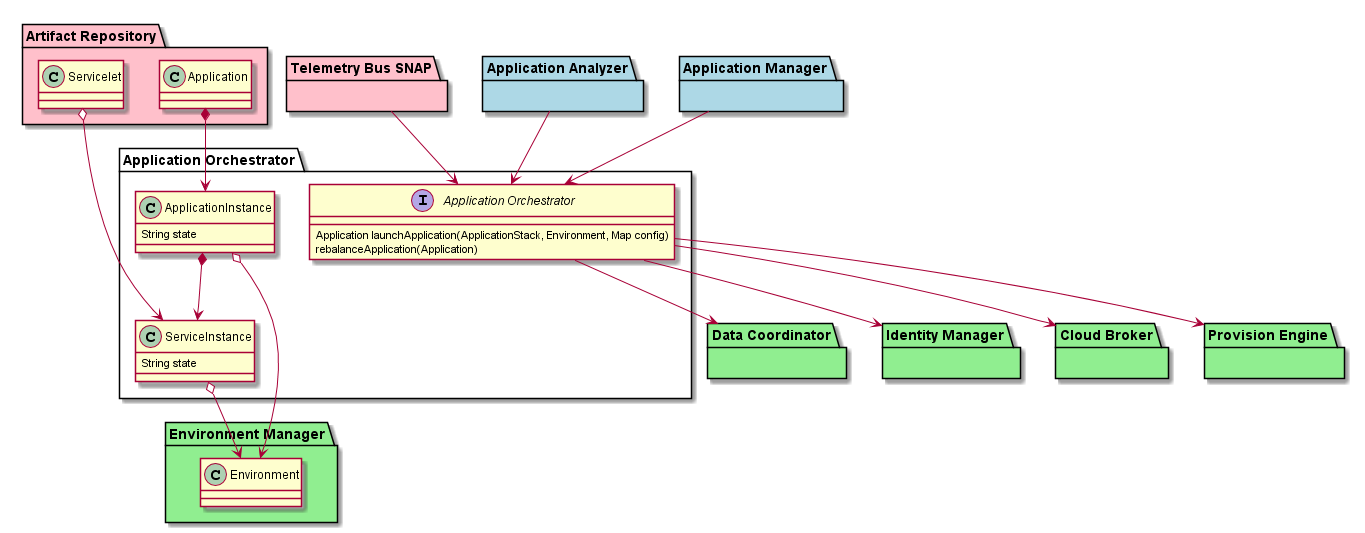
The PlantUML diagram docs/Solution/Application-Orchestrator/Logical.png in CAADE/C3, before a commit.
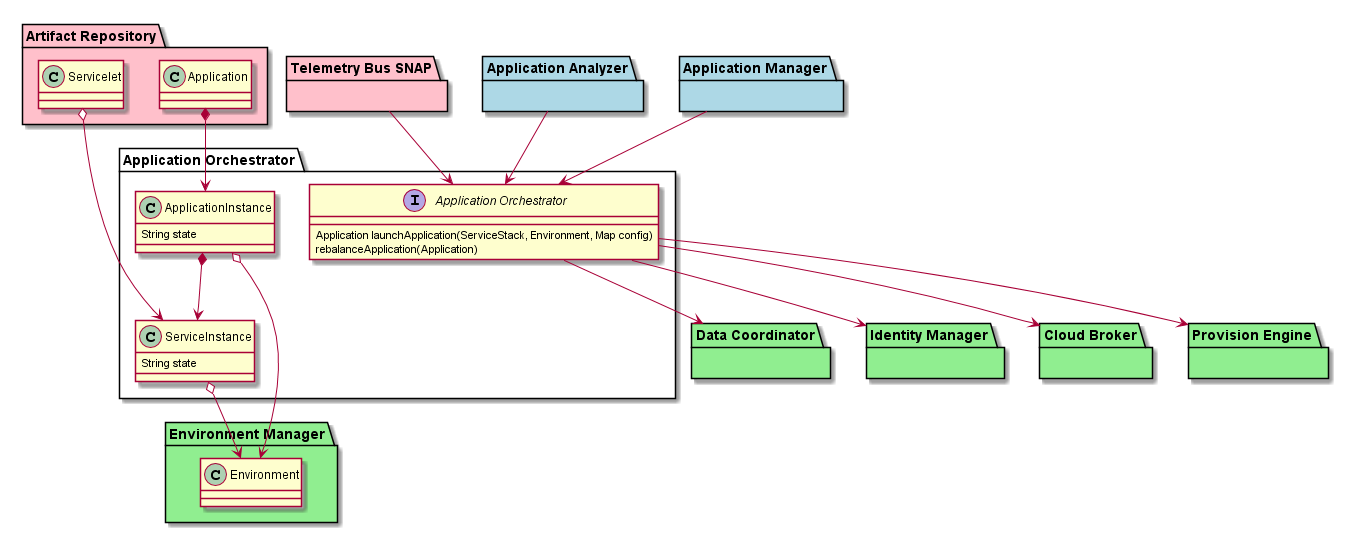
Later version of the same file.

What changed in the source:
```diff
@@ -3,7 +3,7 @@
 
 package "Application Orchestrator" {
   interface "Application Orchestrator" {
-      Application launchApplication(ApplicationStack, Environment, Map config)
+      Application launchApplication(ServiceStack, Environment, Map config)
       rebalanceApplication(Application)
   }
   class ApplicationInstance {
```
